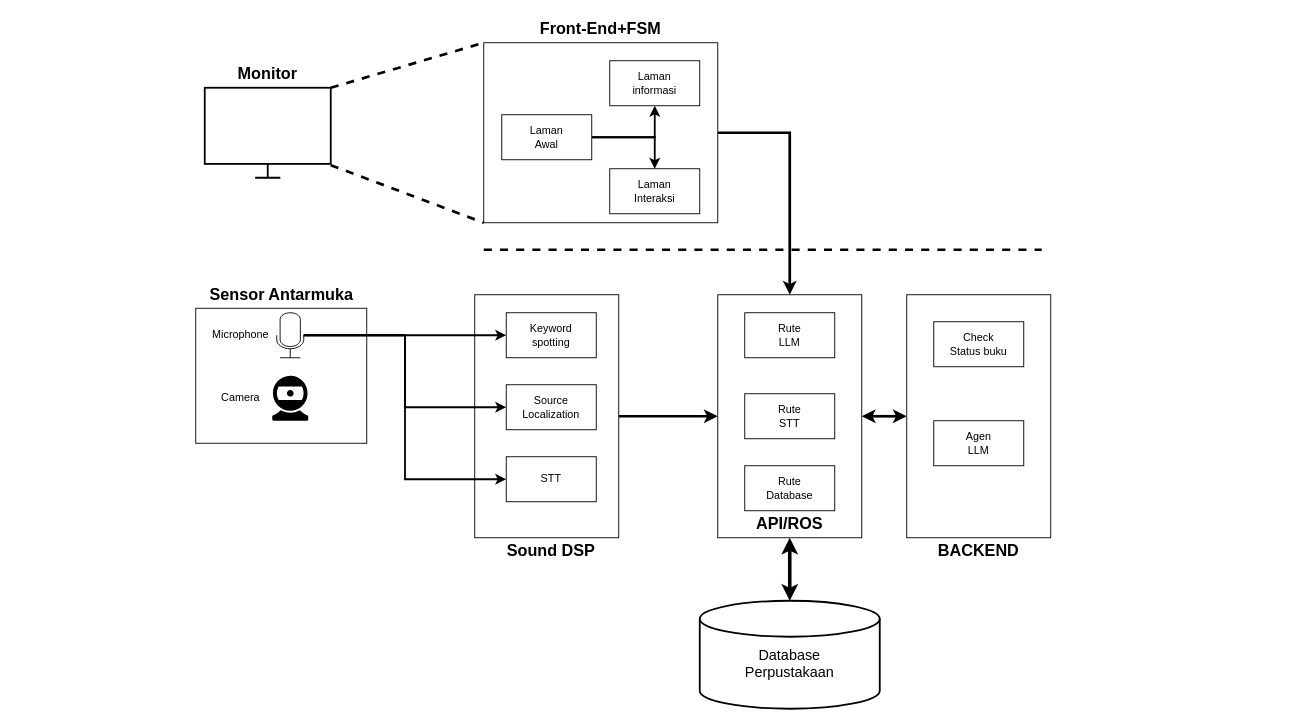
Zaiman22/Library-Robotics keeps this draw.io diagram as page "high level code" (2 of 3) of docs/Library robotics.drawio. Above is the earlier version. Source tidied: cells renumbered, new cells numbered last; positions are measured from the earlier drawing's top-left corner, leaving out a move shared by most shapes. Both pictures are drawn from the tidied source at 90%, with x=0, y=0 at pixel (179, 15).
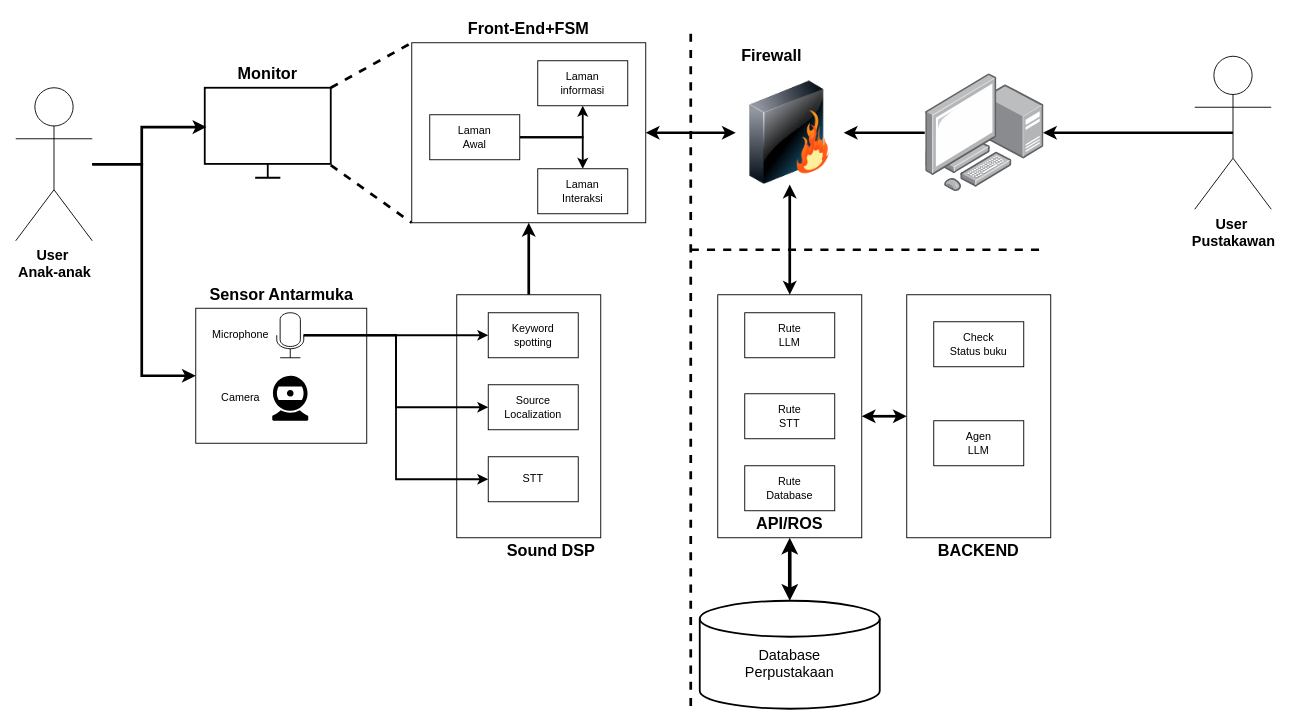
After the change.

The change refers to these unchanged cells:
```xml
<mxCell id="2" style="rounded=0;whiteSpace=wrap;html=1;" parent="1" vertex="1">
  <mxGeometry x="598" y="310" width="160" height="270" as="geometry" />
</mxCell>
<mxCell id="3" style="html=1;verticalLabelPosition=bottom;align=center;labelBackgroundColor=#ffffff;verticalAlign=top;strokeWidth=2;strokeColor=#000000;shadow=0;dashed=0;shape=mxgraph.ios7.icons.monitor;points=[[0,0,0,0,0],[0.17,0,0,0,-45],[1,0,0,0,0],[1,0.5,0,0,0],[1,0.86,0,0,0]];" parent="1" vertex="1">
  <mxGeometry x="28" y="80" width="140" height="100" as="geometry" />
</mxCell>
<mxCell id="19" style="rounded=0;whiteSpace=wrap;html=1;" parent="1" vertex="1">
  <mxGeometry x="18" y="325" width="190" height="150" as="geometry" />
</mxCell>
```

What changed in the source:
```diff
@@
-    <mxCell id="5" style="endArrow=none;html=1;rounded=0;exitX=1;exitY=0;exitDx=0;exitDy=0;exitPerimeter=0;strokeWidth=3;dashed=1;" parent="1" edge="1" source="3">
-      <mxGeometry relative="1" as="geometry">
-        <mxPoint x="338" y="30" as="targetPoint" />
-      </mxGeometry>
+    <mxCell id="5" style="endArrow=none;html=1;rounded=0;exitX=1;exitY=0;exitDx=0;exitDy=0;exitPerimeter=0;strokeWidth=3;dashed=1;entryX=0;entryY=0;entryDx=0;entryDy=0;" parent="1" edge="1" source="3" target="8">
+      <mxGeometry relative="1" as="geometry" />
     </mxCell>
@@
-    <mxCell id="7" style="edgeStyle=orthogonalEdgeStyle;rounded=0;jettySize=auto;html=1;entryX=0.5;entryY=0;entryDx=0;entryDy=0;strokeWidth=3;" parent="1" edge="1" source="8" target="2">
-      <mxGeometry relative="1" as="geometry">
-        <Array as="points">
-          <mxPoint x="678" y="130" />
-        </Array>
-      </mxGeometry>
-    </mxCell>
+    <mxCell id="42" style="edgeStyle=orthogonalEdgeStyle;rounded=0;jettySize=auto;html=1;entryX=0;entryY=0.5;entryDx=0;entryDy=0;strokeWidth=3;startArrow=classic;startFill=1;" parent="1" edge="1" source="8" target="46">
+      <mxGeometry relative="1" as="geometry" />
+    </mxCell>
     <mxCell id="8" style="rounded=0;whiteSpace=wrap;html=1;" parent="1" vertex="1">
-      <mxGeometry x="338" y="30" width="260" height="200" as="geometry" />
+      <mxGeometry x="258" y="30" width="260" height="200" as="geometry" />
     </mxCell>
     <mxCell id="9" value="Front-End+FSM" style="text;html=1;whiteSpace=wrap;strokeColor=none;fillColor=none;align=center;verticalAlign=middle;rounded=0;fontSize=18;fontStyle=1;" parent="1" vertex="1">
-      <mxGeometry x="393" width="150" height="30" as="geometry" />
+      <mxGeometry x="313" width="150" height="30" as="geometry" />
     </mxCell>
@@
     <mxCell id="12" value="Laman&lt;div&gt;Awal&lt;/div&gt;" style="rounded=0;whiteSpace=wrap;html=1;" parent="1" vertex="1">
-      <mxGeometry x="358" y="110" width="100" height="50" as="geometry" />
+      <mxGeometry x="278" y="110" width="100" height="50" as="geometry" />
     </mxCell>
     <mxCell id="13" value="&lt;div&gt;Laman&lt;/div&gt;&lt;div&gt;informasi&lt;/div&gt;" style="rounded=0;whiteSpace=wrap;html=1;" parent="1" vertex="1">
-      <mxGeometry x="478" y="50" width="100" height="50" as="geometry" />
+      <mxGeometry x="398" y="50" width="100" height="50" as="geometry" />
     </mxCell>
     <mxCell id="14" value="&lt;div&gt;Laman&lt;/div&gt;&lt;div&gt;Interaksi&lt;/div&gt;" style="rounded=0;whiteSpace=wrap;html=1;" parent="1" vertex="1">
-      <mxGeometry x="478" y="170" width="100" height="50" as="geometry" />
+      <mxGeometry x="398" y="170" width="100" height="50" as="geometry" />
     </mxCell>
     <mxCell id="15" style="endArrow=none;html=1;rounded=0;strokeWidth=3;dashed=1;" parent="1" edge="1">
       <mxGeometry relative="1" as="geometry">
-        <mxPoint x="338" y="260" as="sourcePoint" />
+        <mxPoint x="568" y="260" as="sourcePoint" />
         <mxPoint x="958" y="260" as="targetPoint" />
       </mxGeometry>
     </mxCell>
-    <mxCell id="16" style="edgeStyle=orthogonalEdgeStyle;rounded=0;jettySize=auto;html=1;strokeWidth=3;" parent="1" edge="1" source="17" target="2">
-      <mxGeometry relative="1" as="geometry" />
-    </mxCell>
+    <mxCell id="43" style="edgeStyle=orthogonalEdgeStyle;rounded=0;jettySize=auto;html=1;entryX=0.5;entryY=1;entryDx=0;entryDy=0;strokeWidth=3;" parent="1" edge="1" source="17" target="8">
+      <mxGeometry relative="1" as="geometry" />
+    </mxCell>
     <mxCell id="17" style="rounded=0;whiteSpace=wrap;html=1;" parent="1" vertex="1">
-      <mxGeometry x="328" y="310" width="160" height="270" as="geometry" />
+      <mxGeometry x="308" y="310" width="160" height="270" as="geometry" />
     </mxCell>
@@
     <mxCell id="26" value="Keyword&lt;div&gt;spotting&lt;/div&gt;" style="rounded=0;whiteSpace=wrap;html=1;" parent="1" vertex="1">
-      <mxGeometry x="363" y="330" width="100" height="50" as="geometry" />
+      <mxGeometry x="343" y="330" width="100" height="50" as="geometry" />
     </mxCell>
     <mxCell id="27" value="Source Localization" style="rounded=0;whiteSpace=wrap;html=1;" parent="1" vertex="1">
-      <mxGeometry x="363" y="410" width="100" height="50" as="geometry" />
+      <mxGeometry x="343" y="410" width="100" height="50" as="geometry" />
     </mxCell>
@@
     <mxCell id="29" value="STT" style="rounded=0;whiteSpace=wrap;html=1;" parent="1" vertex="1">
-      <mxGeometry x="363" y="490" width="100" height="50" as="geometry" />
+      <mxGeometry x="343" y="490" width="100" height="50" as="geometry" />
     </mxCell>
@@
+    <mxCell id="44" style="endArrow=none;html=1;rounded=0;strokeWidth=3;dashed=1;" parent="1" edge="1">
+      <mxGeometry relative="1" as="geometry">
+        <mxPoint x="568" y="20" as="sourcePoint" />
+        <mxPoint x="568" y="770" as="targetPoint" />
+      </mxGeometry>
+    </mxCell>
+    <mxCell id="45" style="edgeStyle=orthogonalEdgeStyle;rounded=0;jettySize=auto;html=1;entryX=0.5;entryY=0;entryDx=0;entryDy=0;strokeWidth=3;startArrow=classic;startFill=1;" parent="1" edge="1" source="46" target="2">
+      <mxGeometry relative="1" as="geometry" />
+    </mxCell>
+    <mxCell id="46" style="image;html=1;image=img/lib/clip_art/networking/Firewall_128x128.png;" parent="1" vertex="1">
+      <mxGeometry x="618" y="72.5" width="120" height="115" as="geometry" />
+    </mxCell>
+    <mxCell id="47" value="&lt;div&gt;Firewall&lt;/div&gt;" style="text;html=1;whiteSpace=wrap;strokeColor=none;fillColor=none;align=center;verticalAlign=middle;rounded=0;fontSize=18;fontStyle=1;" parent="1" vertex="1">
+      <mxGeometry x="583" y="30" width="150" height="30" as="geometry" />
+    </mxCell>
+    <mxCell id="48" value="&lt;div&gt;&lt;b&gt;&lt;font style=&quot;font-size: 16px;&quot;&gt;User&amp;nbsp;&lt;/font&gt;&lt;/b&gt;&lt;/div&gt;&lt;div&gt;&lt;b&gt;&lt;font style=&quot;font-size: 16px;&quot;&gt;Anak-anak&lt;/font&gt;&lt;/b&gt;&lt;/div&gt;" style="shape=umlActor;verticalLabelPosition=bottom;verticalAlign=top;html=1;outlineConnect=0;" parent="1" vertex="1">
+      <mxGeometry x="-182" y="80" width="85" height="170" as="geometry" />
+    </mxCell>
+    <mxCell id="49" style="edgeStyle=orthogonalEdgeStyle;rounded=0;jettySize=auto;html=1;entryX=0.013;entryY=0.437;entryDx=0;entryDy=0;entryPerimeter=0;strokeWidth=3;" parent="1" edge="1" source="48" target="3">
+      <mxGeometry relative="1" as="geometry">
+        <Array as="points">
+          <mxPoint x="-42" y="165" />
+          <mxPoint x="-42" y="124" />
+        </Array>
+      </mxGeometry>
+    </mxCell>
+    <mxCell id="50" style="edgeStyle=orthogonalEdgeStyle;rounded=0;jettySize=auto;html=1;entryX=0;entryY=0.5;entryDx=0;entryDy=0;strokeWidth=3;" parent="1" edge="1" source="48" target="19">
+      <mxGeometry relative="1" as="geometry">
+        <Array as="points">
+          <mxPoint x="-42" y="165" />
+          <mxPoint x="-42" y="400" />
+        </Array>
+      </mxGeometry>
+    </mxCell>
+    <mxCell id="51" value="&lt;div&gt;&lt;font style=&quot;font-size: 16px;&quot;&gt;&lt;b&gt;&lt;font&gt;User&amp;nbsp;&lt;/font&gt;&lt;/b&gt;&lt;/font&gt;&lt;/div&gt;&lt;div&gt;&lt;font style=&quot;font-size: 16px;&quot;&gt;&lt;b&gt;Pustakawan&lt;/b&gt;&lt;/font&gt;&lt;/div&gt;" style="shape=umlActor;verticalLabelPosition=bottom;verticalAlign=top;html=1;outlineConnect=0;" parent="1" vertex="1">
+      <mxGeometry x="1128" y="45" width="85" height="170" as="geometry" />
+    </mxCell>
+    <mxCell id="52" style="edgeStyle=orthogonalEdgeStyle;rounded=0;jettySize=auto;html=1;entryX=1;entryY=0.5;entryDx=0;entryDy=0;strokeWidth=3;" parent="1" edge="1" source="53" target="46">
+      <mxGeometry relative="1" as="geometry" />
+    </mxCell>
+    <mxCell id="53" style="image;points=[];html=1;align=center;shadow=0;dashed=0;image=img/lib/allied_telesis/computer_and_terminals/Personal_Computer_with_Server.svg;flipH=1;legacyAnchorPoints=0;" parent="1" vertex="1">
+      <mxGeometry x="828" y="64.3" width="131.4" height="131.4" as="geometry" />
+    </mxCell>
+    <mxCell id="54" style="edgeStyle=orthogonalEdgeStyle;rounded=0;jettySize=auto;html=1;entryX=0.5;entryY=0.5;entryDx=0;entryDy=0;entryPerimeter=0;startArrow=classic;startFill=1;endArrow=none;endFill=0;strokeWidth=3;" parent="1" edge="1" source="53" target="51">
+      <mxGeometry relative="1" as="geometry" />
+    </mxCell>
```
